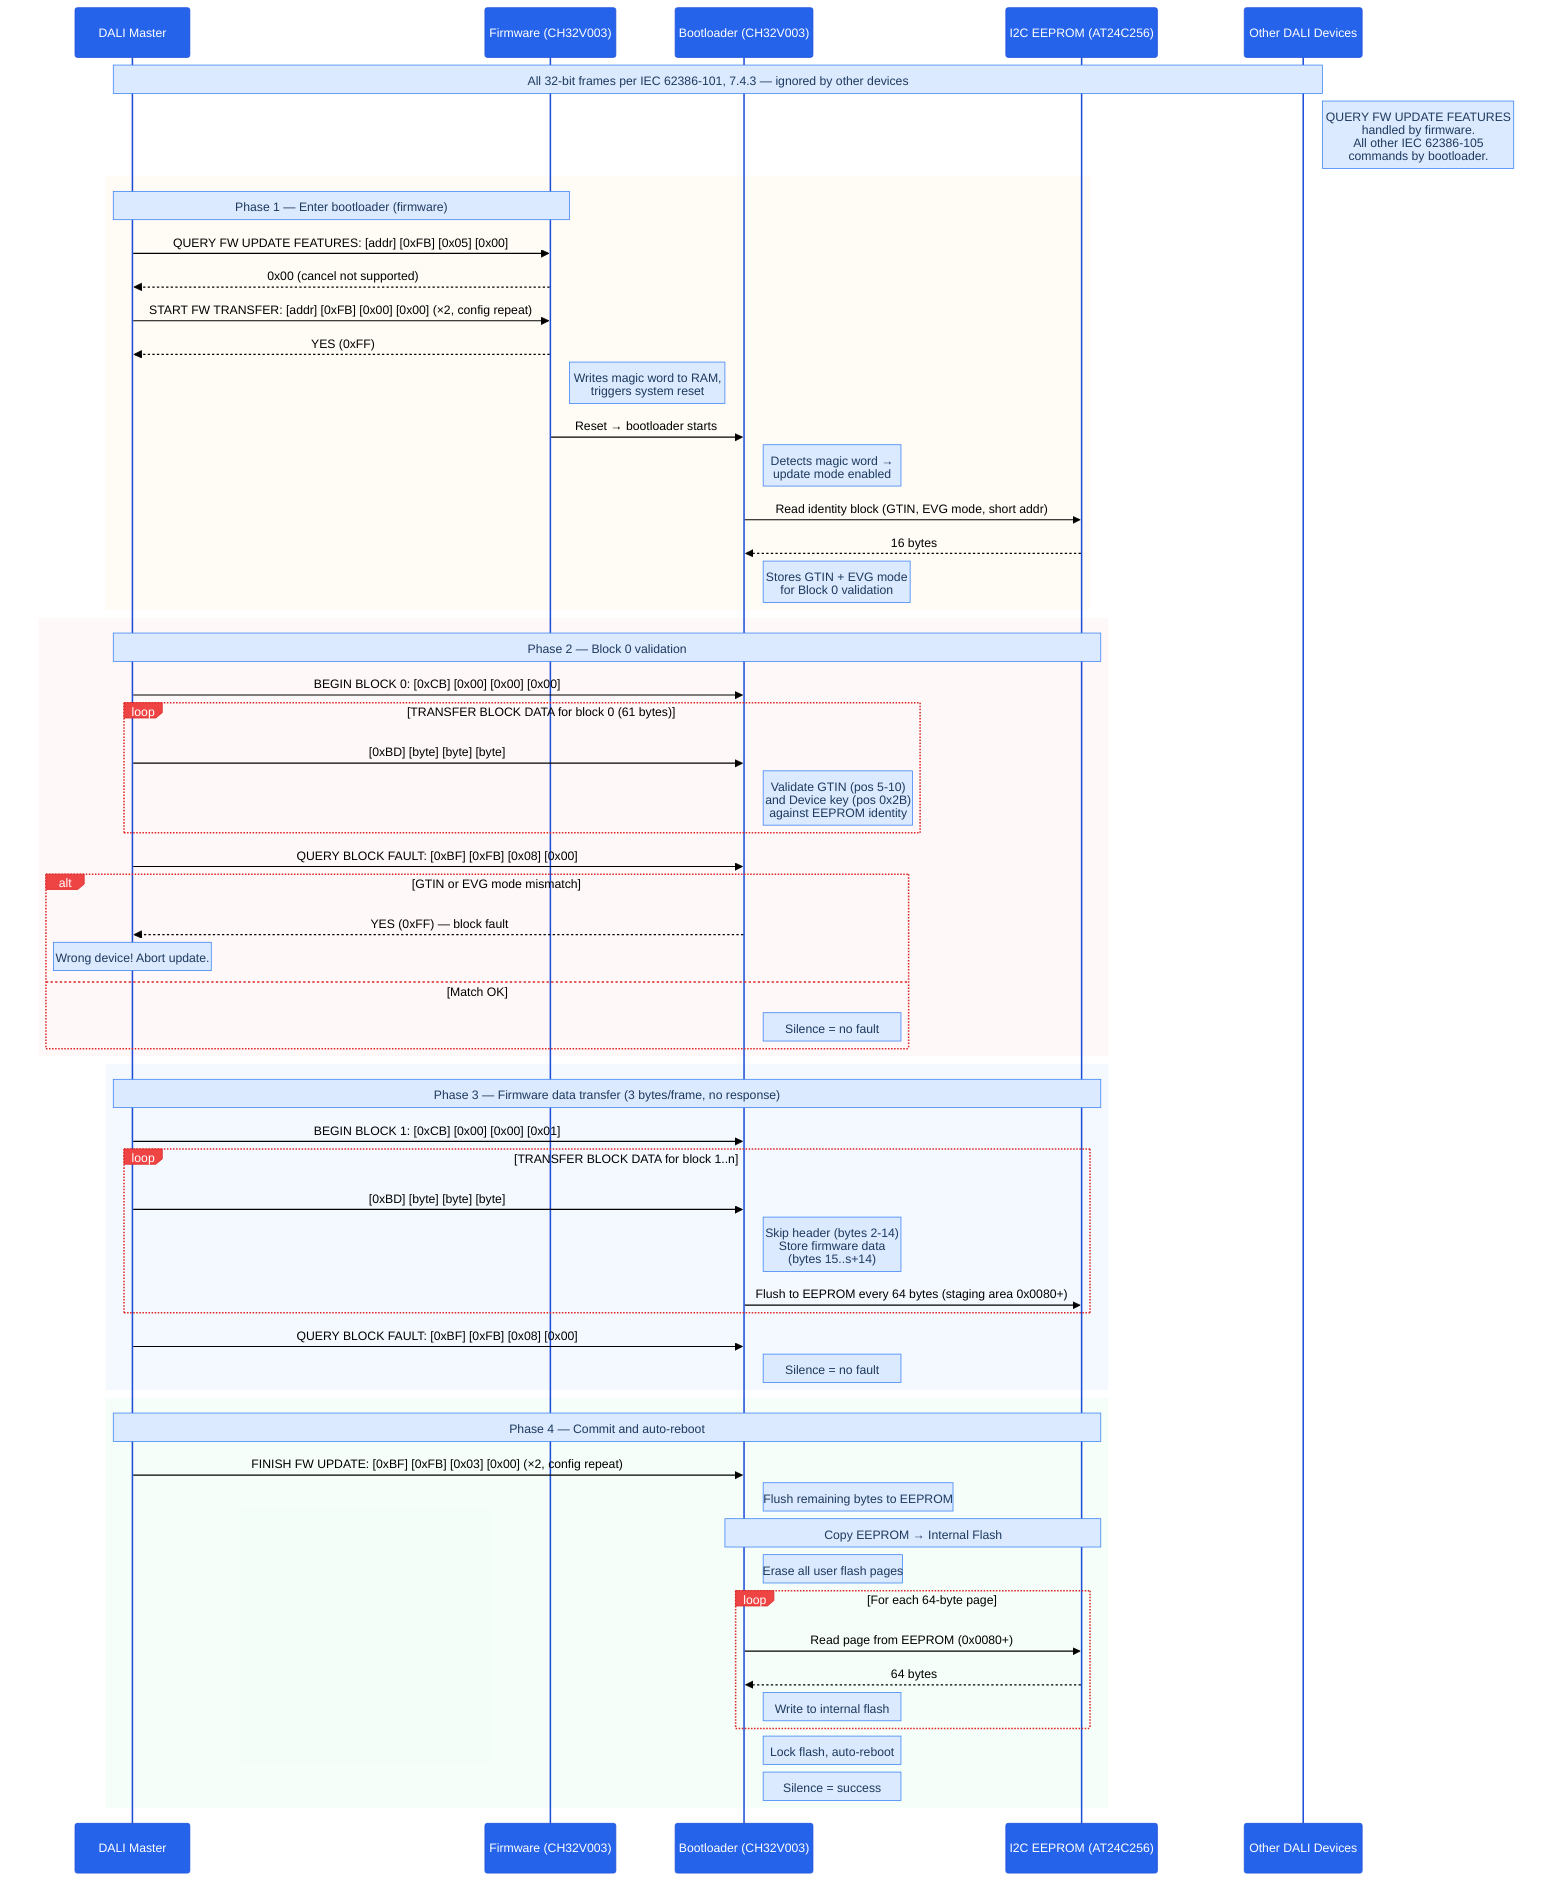
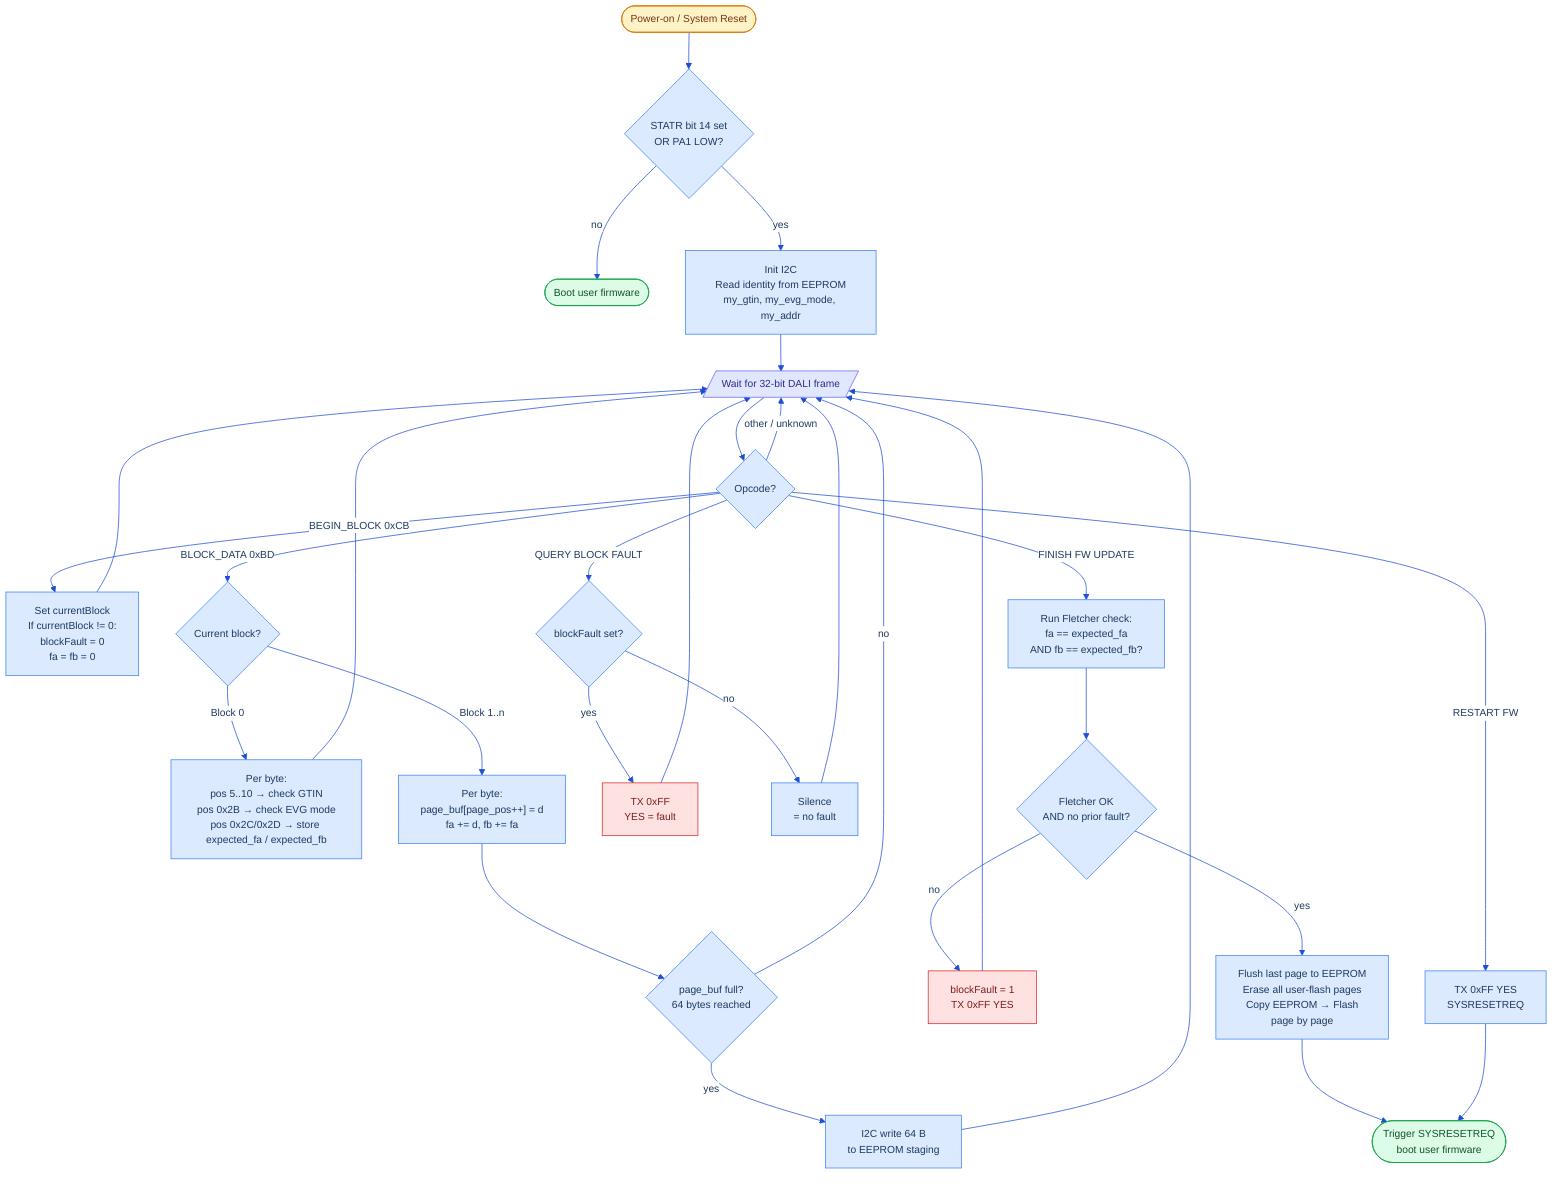
%%{init: {'theme': 'base', 'themeVariables': {
-   'fontSize': '16px',
-   'actorBkg': '#2563eb', 'actorTextColor': '#ffffff', 'actorBorder': '#1d4ed8',
-   'signalColor': '#000000', 'signalTextColor': '#000000',
-   'noteBkgColor': '#dbeafe', 'noteTextColor': '#1e3a5f', 'noteBorderColor': '#3b82f6',
-   'loopTextColor': '#000000',
-   'labelBoxBkgColor': '#ef4444', 'labelBoxBorderColor': '#dc2626', 'labelTextColor': '#ffffff',
-   'activationBkgColor': '#bfdbfe', 'activationBorderColor': '#3b82f6',
-   'sequenceNumberColor': '#ffffff'
+   'fontSize': '14px',
+   'primaryColor': '#dbeafe', 'primaryTextColor': '#1e3a5f', 'primaryBorderColor': '#3b82f6',
+   'lineColor': '#1d4ed8', 'edgeLabelBackground': '#ffffff'
}}}%%
- sequenceDiagram
-     participant M as DALI Master
-     participant F as Firmware (CH32V003)
-     participant B as Bootloader (CH32V003)
-     participant E as I2C EEPROM (AT24C256)
-     participant O as Other DALI Devices
+ flowchart TD
+     START([Power-on / System Reset])
+     BOOTQ{STATR bit 14 set<br/>OR PA1 LOW?}
+     BOOTUSER([Boot user firmware])
+     INIT[Init I2C<br/>Read identity from EEPROM<br/>my_gtin, my_evg_mode, my_addr]

-     Note over M,O: All 32-bit frames per IEC 62386-101, 7.4.3 — ignored by other devices
-     Note right of O: QUERY FW UPDATE FEATURES<br/>handled by firmware.<br/>All other IEC 62386-105<br/>commands by bootloader.
+     WAIT[/Wait for 32-bit DALI frame/]
+     OPQ{Opcode?}

-     rect rgba(255, 243, 224, 0.3)
-         Note over M,F: Phase 1 — Enter bootloader (firmware)
-         M->>F: QUERY FW UPDATE FEATURES: [addr] [0xFB] [0x05] [0x00]
-         F-->>M: 0x00 (cancel not supported)
-         M->>F: START FW TRANSFER: [addr] [0xFB] [0x00] [0x00] (×2, config repeat)
-         F-->>M: YES (0xFF)
-         Note right of F: Writes magic word to RAM,<br/>triggers system reset
-         F->>B: Reset → bootloader starts
-         Note right of B: Detects magic word →<br/>update mode enabled
-         B->>E: Read identity block (GTIN, EVG mode, short addr)
-         E-->>B: 16 bytes
-         Note right of B: Stores GTIN + EVG mode<br/>for Block 0 validation
-     end
+     %% BEGIN BLOCK
+     BB[Set currentBlock<br/>If currentBlock != 0:<br/>blockFault = 0<br/>fa = fb = 0]

-     rect rgba(255, 230, 230, 0.3)
-         Note over M,E: Phase 2 — Block 0 validation
-         M->>B: BEGIN BLOCK 0: [0xCB] [0x00] [0x00] [0x00]
+     %% BLOCK DATA
+     BDQ{Current block?}
+     BD0["Per byte:<br/>pos 5..10 → check GTIN<br/>pos 0x2B → check EVG mode<br/>pos 0x2C/0x2D → store expected_fa / expected_fb"]
+     BDN["Per byte:<br/>page_buf[page_pos++] = d<br/>fa += d, fb += fa"]
+     PFQ{page_buf full?<br/>64 bytes reached}
+     FLUSH[I2C write 64 B<br/>to EEPROM staging]

-         loop TRANSFER BLOCK DATA for block 0 (61 bytes)
-             M->>B: [0xBD] [byte] [byte] [byte]
-             Note right of B: Validate GTIN (pos 5-10)<br/>and Device key (pos 0x2B)<br/>against EEPROM identity
-         end
+     %% QUERY BLOCK FAULT
+     QF{blockFault set?}
+     QFYES[TX 0xFF<br/>YES = fault]
+     QFNO[Silence<br/>= no fault]

-         M->>B: QUERY BLOCK FAULT: [0xBF] [0xFB] [0x08] [0x00]
+     %% FINISH
+     FIN[Run Fletcher check:<br/>fa == expected_fa<br/>AND fb == expected_fb?]
+     FQ{Fletcher OK<br/>AND no prior fault?}
+     FAULT[blockFault = 1<br/>TX 0xFF YES]
+     COMMIT[Flush last page to EEPROM<br/>Erase all user-flash pages<br/>Copy EEPROM → Flash<br/>page by page]
+     REBOOT([Trigger SYSRESETREQ<br/>boot user firmware])

-         alt GTIN or EVG mode mismatch
-             B-->>M: YES (0xFF) — block fault
-             Note over M: Wrong device! Abort update.
-         else Match OK
-             Note right of B: Silence = no fault
-         end
-     end
+     %% RESTART FW (device-addressed)
+     RST[TX 0xFF YES<br/>SYSRESETREQ]

-     rect rgba(219, 234, 254, 0.3)
-         Note over M,E: Phase 3 — Firmware data transfer (3 bytes/frame, no response)
-         M->>B: BEGIN BLOCK 1: [0xCB] [0x00] [0x00] [0x01]
+     %% Edges
+     START --> BOOTQ
+     BOOTQ -- no --> BOOTUSER
+     BOOTQ -- yes --> INIT
+     INIT --> WAIT
+     WAIT --> OPQ

-         loop TRANSFER BLOCK DATA for block 1..n
-             M->>B: [0xBD] [byte] [byte] [byte]
-             Note right of B: Skip header (bytes 2-14)<br/>Store firmware data<br/>(bytes 15..s+14)
-             B->>E: Flush to EEPROM every 64 bytes (staging area 0x0080+)
-         end
+     OPQ -- "BEGIN_BLOCK 0xCB" --> BB --> WAIT
+     OPQ -- "BLOCK_DATA 0xBD" --> BDQ
+     BDQ -- "Block 0" --> BD0 --> WAIT
+     BDQ -- "Block 1..n" --> BDN --> PFQ
+     PFQ -- yes --> FLUSH --> WAIT
+     PFQ -- no --> WAIT
+     OPQ -- "QUERY BLOCK FAULT" --> QF
+     QF -- yes --> QFYES --> WAIT
+     QF -- no --> QFNO --> WAIT
+     OPQ -- "FINISH FW UPDATE" --> FIN --> FQ
+     FQ -- no --> FAULT --> WAIT
+     FQ -- yes --> COMMIT --> REBOOT
+     OPQ -- "RESTART FW" --> RST --> REBOOT
+     OPQ -- "other / unknown" --> WAIT

-         M->>B: QUERY BLOCK FAULT: [0xBF] [0xFB] [0x08] [0x00]
-         Note right of B: Silence = no fault
-     end
+     classDef start fill:#fef3c7,stroke:#d97706,color:#78350f
+     classDef terminal fill:#dcfce7,stroke:#16a34a,color:#14532d
+     classDef fault fill:#fee2e2,stroke:#dc2626,color:#7f1d1d
+     classDef io fill:#e0e7ff,stroke:#6366f1,color:#312e81

-     rect rgba(220, 252, 231, 0.3)
-         Note over M,E: Phase 4 — Commit and auto-reboot
-         M->>B: FINISH FW UPDATE: [0xBF] [0xFB] [0x03] [0x00] (×2, config repeat)
-         Note right of B: Flush remaining bytes to EEPROM
- 
-         Note over B,E: Copy EEPROM → Internal Flash
-         Note right of B: Erase all user flash pages
-         loop For each 64-byte page
-             B->>E: Read page from EEPROM (0x0080+)
-             E-->>B: 64 bytes
-             Note right of B: Write to internal flash
-         end
-         Note right of B: Lock flash, auto-reboot
-         Note right of B: Silence = success
-     end
+     class START start
+     class BOOTUSER,REBOOT terminal
+     class FAULT,QFYES fault
+     class WAIT io
